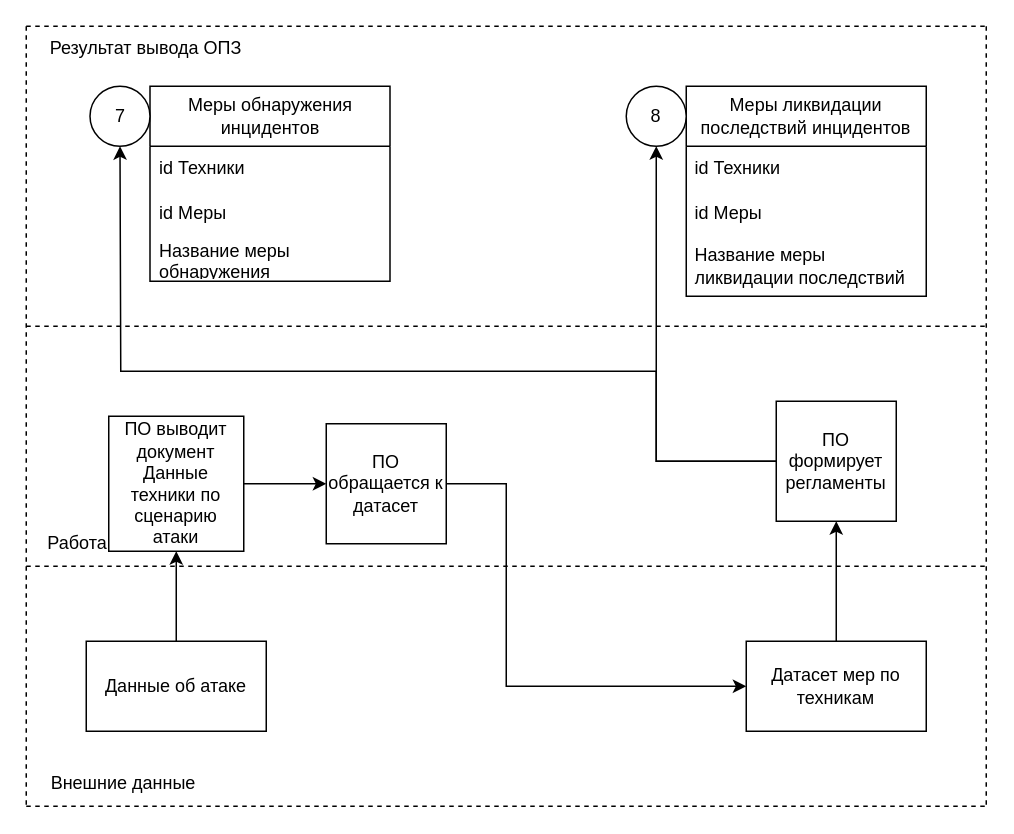
Earlier version of the draw.io diagram New_Shema_OPZ/(Обновленная схема ОПЗ) Частные регламенты.drawio (SmirnovBogdan8/Diplom). Source tidied: cells renumbered, new cells numbered last; positions are measured from the earlier drawing's top-left corner, leaving out a move shared by most shapes. Both pictures are drawn from the tidied source at 150%, with x=0, y=0 at pixel (26, 26).
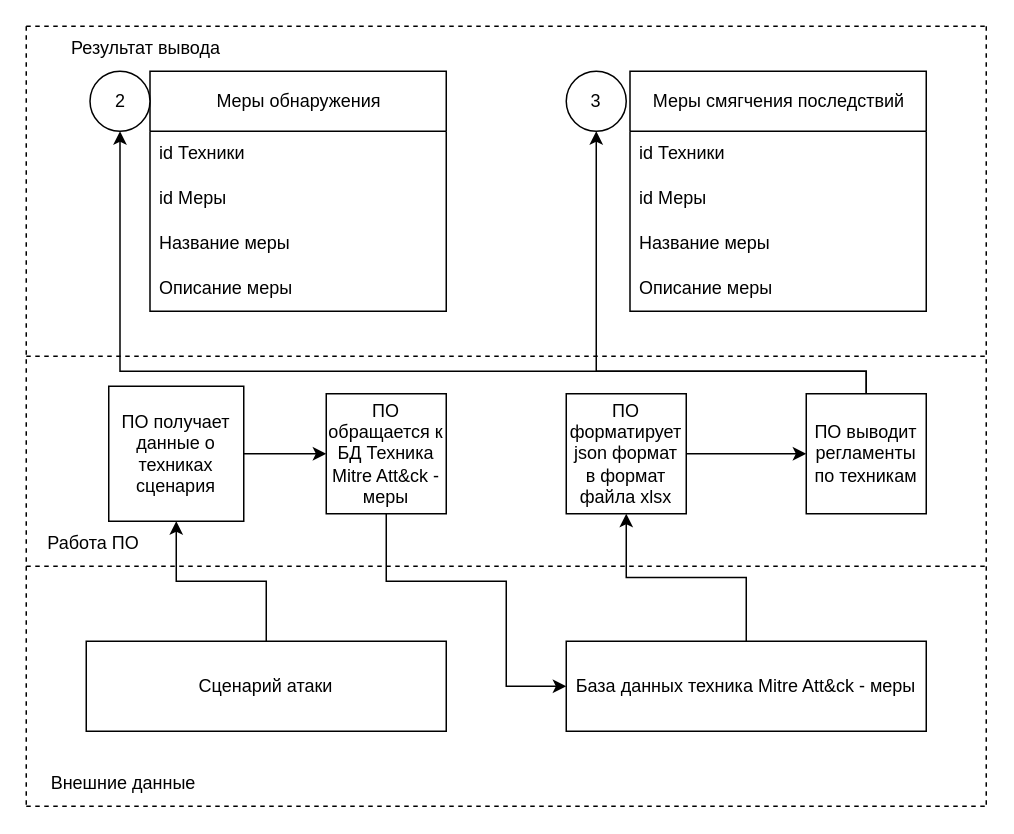
After the change.

What changed in the source:
```diff
@@
     <mxCell id="3" style="endArrow=none;dashed=1;html=1;rounded=0;" parent="1" edge="1">
       <mxGeometry relative="1" as="geometry">
-        <mxPoint y="200" as="sourcePoint" />
-        <mxPoint x="640" y="200" as="targetPoint" />
+        <mxPoint y="220" as="sourcePoint" />
+        <mxPoint x="640" y="220" as="targetPoint" />
       </mxGeometry>
     </mxCell>
@@
-    <mxCell id="8" value="Результат вывода ОПЗ" style="text;html=1;align=center;verticalAlign=middle;whiteSpace=wrap;rounded=0;" parent="1" vertex="1">
+    <mxCell id="8" value="Результат вывода" style="text;html=1;align=center;verticalAlign=middle;whiteSpace=wrap;rounded=0;" parent="1" vertex="1">
       <mxGeometry width="160" height="30" as="geometry" />
     </mxCell>
@@
-    <mxCell id="10" value="Меры обнаружения инцидентов" style="swimlane;fontStyle=0;horizontal=1;startSize=40;whiteSpace=wrap;html=1;" parent="1" vertex="1">
-      <mxGeometry x="82.5" y="40" width="160" height="130" as="geometry" />
+    <mxCell id="10" value="Меры обнаружения" style="swimlane;fontStyle=0;horizontal=1;startSize=40;whiteSpace=wrap;html=1;" parent="1" vertex="1">
+      <mxGeometry x="82.5" y="30" width="197.5" height="160" as="geometry" />
     </mxCell>
     <mxCell id="11" value="id Техники" style="text;strokeColor=none;fillColor=none;align=left;verticalAlign=middle;spacingLeft=4;spacingRight=4;overflow=hidden;whiteSpace=wrap;html=1;" parent="10" vertex="1">
-      <mxGeometry y="40" width="160" height="30" as="geometry" />
+      <mxGeometry y="40" width="197.5" height="30" as="geometry" />
     </mxCell>
     <mxCell id="12" value="id Меры" style="text;strokeColor=none;fillColor=none;align=left;verticalAlign=middle;spacingLeft=4;spacingRight=4;overflow=hidden;whiteSpace=wrap;html=1;" parent="10" vertex="1">
-      <mxGeometry y="70" width="160" height="30" as="geometry" />
+      <mxGeometry y="70" width="197.5" height="30" as="geometry" />
     </mxCell>
-    <mxCell id="13" value="Название меры обнаружения" style="text;strokeColor=none;fillColor=none;align=left;verticalAlign=middle;spacingLeft=4;spacingRight=4;overflow=hidden;whiteSpace=wrap;html=1;" parent="10" vertex="1">
-      <mxGeometry y="100" width="160" height="30" as="geometry" />
+    <mxCell id="13" value="Название меры" style="text;strokeColor=none;fillColor=none;align=left;verticalAlign=middle;spacingLeft=4;spacingRight=4;overflow=hidden;whiteSpace=wrap;html=1;" parent="10" vertex="1">
+      <mxGeometry y="100" width="197.5" height="30" as="geometry" />
     </mxCell>
+    <mxCell id="32" value="Описание меры" style="text;strokeColor=none;fillColor=none;align=left;verticalAlign=middle;spacingLeft=4;spacingRight=4;overflow=hidden;whiteSpace=wrap;html=1;" parent="10" vertex="1">
+      <mxGeometry y="130" width="197.5" height="30" as="geometry" />
+    </mxCell>
-    <mxCell id="14" value="7" style="ellipse;whiteSpace=wrap;html=1;" parent="1" vertex="1">
-      <mxGeometry x="42.5" y="40" width="40" height="40" as="geometry" />
+    <mxCell id="14" value="2" style="ellipse;whiteSpace=wrap;html=1;" parent="1" vertex="1">
+      <mxGeometry x="42.5" y="30" width="40" height="40" as="geometry" />
     </mxCell>
-    <mxCell id="15" value="Меры ликвидации последствий инцидентов" style="swimlane;fontStyle=0;horizontal=1;startSize=40;whiteSpace=wrap;html=1;" parent="1" vertex="1">
-      <mxGeometry x="440" y="40" width="160" height="140" as="geometry" />
-    </mxCell>
-    <mxCell id="16" value="id Техники" style="text;strokeColor=none;fillColor=none;align=left;verticalAlign=middle;spacingLeft=4;spacingRight=4;overflow=hidden;whiteSpace=wrap;html=1;" parent="15" vertex="1">
-      <mxGeometry y="40" width="160" height="30" as="geometry" />
-    </mxCell>
-    <mxCell id="17" value="id Меры" style="text;strokeColor=none;fillColor=none;align=left;verticalAlign=middle;spacingLeft=4;spacingRight=4;overflow=hidden;whiteSpace=wrap;html=1;" parent="15" vertex="1">
-      <mxGeometry y="70" width="160" height="30" as="geometry" />
-    </mxCell>
-    <mxCell id="18" value="Название меры ликвидации последствий" style="text;strokeColor=none;fillColor=none;align=left;verticalAlign=middle;spacingLeft=4;spacingRight=4;overflow=hidden;whiteSpace=wrap;html=1;" parent="15" vertex="1">
-      <mxGeometry y="100" width="160" height="40" as="geometry" />
-    </mxCell>
-    <mxCell id="19" value="8" style="ellipse;whiteSpace=wrap;html=1;" parent="1" vertex="1">
-      <mxGeometry x="400" y="40" width="40" height="40" as="geometry" />
+    <mxCell id="19" value="3" style="ellipse;whiteSpace=wrap;html=1;" parent="1" vertex="1">
+      <mxGeometry x="360" y="30" width="40" height="40" as="geometry" />
     </mxCell>
@@
-    <mxCell id="21" style="edgeStyle=orthogonalEdgeStyle;rounded=0;jettySize=auto;html=1;" parent="1" edge="1" source="22" target="26">
-      <mxGeometry relative="1" as="geometry" />
+    <mxCell id="21" style="edgeStyle=orthogonalEdgeStyle;rounded=0;orthogonalLoop=1;jettySize=auto;html=1;" parent="1" edge="1">
+      <mxGeometry relative="1" as="geometry">
+        <mxPoint x="145" y="285" as="sourcePoint" />
+      </mxGeometry>
     </mxCell>
-    <mxCell id="22" value="ПО выводит документ Данные техники по сценарию атаки" style="whiteSpace=wrap;html=1;" parent="1" vertex="1">
-      <mxGeometry x="55" y="260" width="90" height="90" as="geometry" />
-    </mxCell>
-    <mxCell id="23" style="edgeStyle=orthogonalEdgeStyle;rounded=0;jettySize=auto;html=1;exitX=0.5;exitY=0;exitDx=0;exitDy=0;entryX=0.5;entryY=1;entryDx=0;entryDy=0;" parent="1" edge="1" source="24" target="22">
-      <mxGeometry relative="1" as="geometry" />
-    </mxCell>
+    <mxCell id="33" style="edgeStyle=orthogonalEdgeStyle;rounded=0;jettySize=auto;html=1;" parent="1" edge="1" source="24" target="39">
+      <mxGeometry relative="1" as="geometry" />
+    </mxCell>
-    <mxCell id="24" value="Данные об атаке" style="rounded=0;whiteSpace=wrap;html=1;" parent="1" vertex="1">
-      <mxGeometry x="40" y="410" width="120" height="60" as="geometry" />
+    <mxCell id="24" value="Сценарий атаки" style="rounded=0;whiteSpace=wrap;html=1;" parent="1" vertex="1">
+      <mxGeometry x="40" y="410" width="240" height="60" as="geometry" />
     </mxCell>
-    <mxCell id="25" style="edgeStyle=orthogonalEdgeStyle;rounded=0;jettySize=auto;html=1;entryX=0;entryY=0.5;entryDx=0;entryDy=0;" parent="1" edge="1" source="26">
-      <mxGeometry relative="1" as="geometry">
-        <mxPoint x="480" y="440" as="targetPoint" />
-        <Array as="points">
-          <mxPoint x="320" y="305" />
-          <mxPoint x="320" y="440" />
-        </Array>
-      </mxGeometry>
-    </mxCell>
-    <mxCell id="26" value="ПО обращается к датасет" style="whiteSpace=wrap;html=1;" parent="1" vertex="1">
-      <mxGeometry x="200" y="265" width="80" height="80" as="geometry" />
-    </mxCell>
-    <mxCell id="27" style="edgeStyle=orthogonalEdgeStyle;rounded=0;jettySize=auto;html=1;" parent="1" edge="1" source="28" target="31">
-      <mxGeometry relative="1" as="geometry" />
-    </mxCell>
+    <mxCell id="34" style="edgeStyle=orthogonalEdgeStyle;rounded=0;jettySize=auto;html=1;exitX=0.5;exitY=0;exitDx=0;exitDy=0;entryX=0.5;entryY=1;entryDx=0;entryDy=0;" parent="1" edge="1" source="28" target="43">
+      <mxGeometry relative="1" as="geometry" />
+    </mxCell>
-    <mxCell id="28" value="Датасет мер по техникам" style="rounded=0;whiteSpace=wrap;html=1;" parent="1" vertex="1">
-      <mxGeometry x="480" y="410" width="120" height="60" as="geometry" />
+    <mxCell id="28" value="База данных техника Mitre Att&amp;amp;ck - меры" style="rounded=0;whiteSpace=wrap;html=1;" parent="1" vertex="1">
+      <mxGeometry x="360" y="410" width="240" height="60" as="geometry" />
     </mxCell>
-    <mxCell id="29" style="edgeStyle=orthogonalEdgeStyle;rounded=0;jettySize=auto;html=1;exitX=0;exitY=0.5;exitDx=0;exitDy=0;" parent="1" edge="1" source="31" target="14">
-      <mxGeometry relative="1" as="geometry">
-        <Array as="points">
-          <mxPoint x="420" y="290" />
-          <mxPoint x="420" y="230" />
-          <mxPoint x="63" y="230" />
-        </Array>
-      </mxGeometry>
-    </mxCell>
-    <mxCell id="30" style="edgeStyle=orthogonalEdgeStyle;rounded=0;jettySize=auto;html=1;exitX=0;exitY=0.5;exitDx=0;exitDy=0;entryX=0.5;entryY=1;entryDx=0;entryDy=0;" parent="1" edge="1" source="31" target="19">
-      <mxGeometry relative="1" as="geometry" />
-    </mxCell>
-    <mxCell id="31" value="ПО формирует регламенты" style="whiteSpace=wrap;html=1;" parent="1" vertex="1">
-      <mxGeometry x="500" y="250" width="80" height="80" as="geometry" />
-    </mxCell>
+    <mxCell id="35" style="edgeStyle=orthogonalEdgeStyle;rounded=0;jettySize=auto;html=1;exitX=0.5;exitY=0;exitDx=0;exitDy=0;entryX=0.5;entryY=1;entryDx=0;entryDy=0;" parent="1" edge="1" source="37" target="14">
+      <mxGeometry relative="1" as="geometry">
+        <Array as="points">
+          <mxPoint x="560" y="230" />
+          <mxPoint x="63" y="230" />
+        </Array>
+      </mxGeometry>
+    </mxCell>
+    <mxCell id="36" style="edgeStyle=orthogonalEdgeStyle;rounded=0;jettySize=auto;html=1;exitX=0.5;exitY=0;exitDx=0;exitDy=0;entryX=0.5;entryY=1;entryDx=0;entryDy=0;" parent="1" edge="1" source="37" target="19">
+      <mxGeometry relative="1" as="geometry">
+        <Array as="points">
+          <mxPoint x="560" y="230" />
+          <mxPoint x="380" y="230" />
+        </Array>
+      </mxGeometry>
+    </mxCell>
+    <mxCell id="37" value="ПО выводит регламенты по техникам" style="whiteSpace=wrap;html=1;" parent="1" vertex="1">
+      <mxGeometry x="520" y="245" width="80" height="80" as="geometry" />
+    </mxCell>
+    <mxCell id="38" style="edgeStyle=orthogonalEdgeStyle;rounded=0;jettySize=auto;html=1;" parent="1" edge="1" source="39" target="41">
+      <mxGeometry relative="1" as="geometry" />
+    </mxCell>
+    <mxCell id="39" value="ПО получает данные о техниках сценария" style="whiteSpace=wrap;html=1;" parent="1" vertex="1">
+      <mxGeometry x="55" y="240" width="90" height="90" as="geometry" />
+    </mxCell>
+    <mxCell id="40" style="edgeStyle=orthogonalEdgeStyle;rounded=0;jettySize=auto;html=1;exitX=0.5;exitY=1;exitDx=0;exitDy=0;entryX=0;entryY=0.5;entryDx=0;entryDy=0;" parent="1" edge="1" source="41" target="28">
+      <mxGeometry relative="1" as="geometry">
+        <Array as="points">
+          <mxPoint x="240" y="370" />
+          <mxPoint x="320" y="370" />
+          <mxPoint x="320" y="440" />
+        </Array>
+      </mxGeometry>
+    </mxCell>
+    <mxCell id="41" value="ПО обращается к БД Техника Mitre Att&amp;amp;ck - меры" style="whiteSpace=wrap;html=1;" parent="1" vertex="1">
+      <mxGeometry x="200" y="245" width="80" height="80" as="geometry" />
+    </mxCell>
+    <mxCell id="42" style="edgeStyle=orthogonalEdgeStyle;rounded=0;jettySize=auto;html=1;" parent="1" edge="1" source="43" target="37">
+      <mxGeometry relative="1" as="geometry" />
+    </mxCell>
+    <mxCell id="43" value="ПО форматирует json формат в формат файла xlsx" style="whiteSpace=wrap;html=1;" parent="1" vertex="1">
+      <mxGeometry x="360" y="245" width="80" height="80" as="geometry" />
+    </mxCell>
+    <mxCell id="44" value="Меры смягчения последствий" style="swimlane;fontStyle=0;horizontal=1;startSize=40;whiteSpace=wrap;html=1;" parent="1" vertex="1">
+      <mxGeometry x="402.5" y="30" width="197.5" height="160" as="geometry" />
+    </mxCell>
+    <mxCell id="16" value="id Техники" style="text;strokeColor=none;fillColor=none;align=left;verticalAlign=middle;spacingLeft=4;spacingRight=4;overflow=hidden;whiteSpace=wrap;html=1;" parent="44" vertex="1">
+      <mxGeometry y="40" width="197.5" height="30" as="geometry" />
+    </mxCell>
+    <mxCell id="17" value="id Меры" style="text;strokeColor=none;fillColor=none;align=left;verticalAlign=middle;spacingLeft=4;spacingRight=4;overflow=hidden;whiteSpace=wrap;html=1;" parent="44" vertex="1">
+      <mxGeometry y="70" width="197.5" height="30" as="geometry" />
+    </mxCell>
+    <mxCell id="45" value="Название меры" style="text;strokeColor=none;fillColor=none;align=left;verticalAlign=middle;spacingLeft=4;spacingRight=4;overflow=hidden;whiteSpace=wrap;html=1;" parent="44" vertex="1">
+      <mxGeometry y="100" width="197.5" height="30" as="geometry" />
+    </mxCell>
+    <mxCell id="46" value="Описание меры" style="text;strokeColor=none;fillColor=none;align=left;verticalAlign=middle;spacingLeft=4;spacingRight=4;overflow=hidden;whiteSpace=wrap;html=1;" parent="44" vertex="1">
+      <mxGeometry y="130" width="197.5" height="30" as="geometry" />
+    </mxCell>
```
